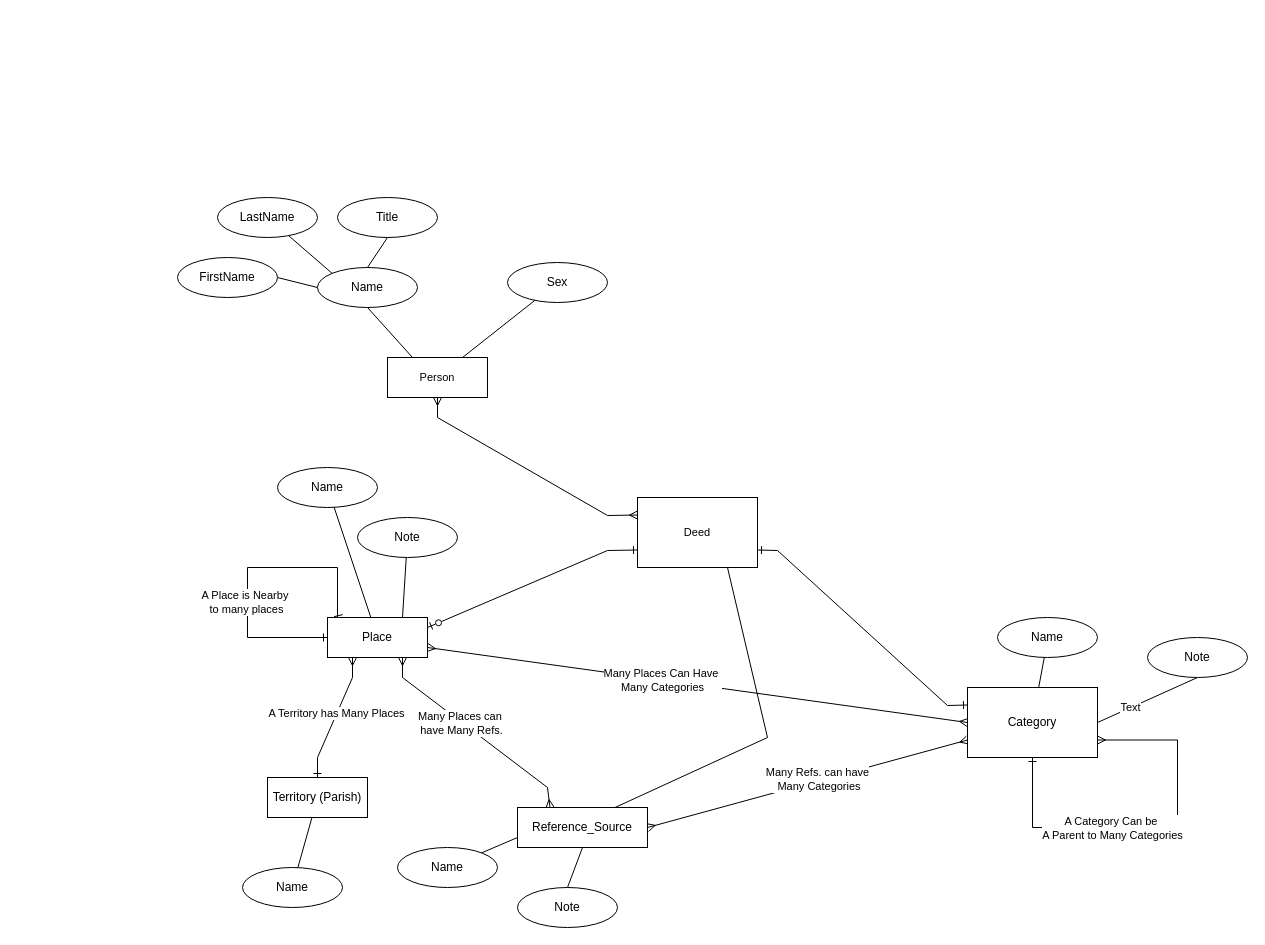
The draw.io diagram page "Hills, Halls, Holes & Deeds" (2 of 2) of diagrams/Untitled Diagram.drawio in Reader641/places_deeds, before the edit. Source tidied: cells renumbered, new cells numbered last; positions are measured from the earlier drawing's top-left corner, leaving out a move shared by most shapes. Both pictures are drawn from the tidied source at 100%, with x=0, y=0 at pixel (177, 197).
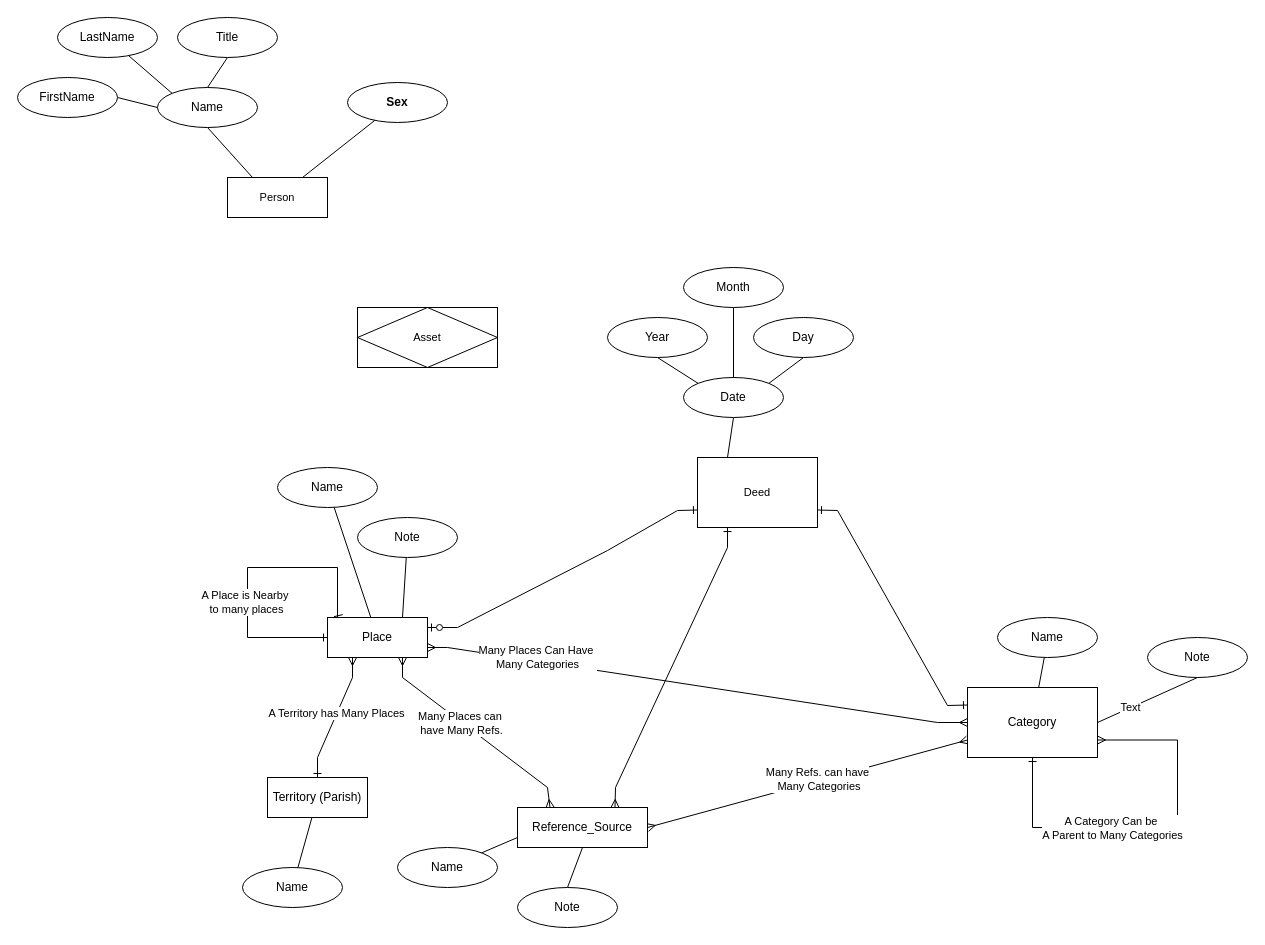
The same page after the edit.

Unchanged cells that the change refers to:
```xml
<mxCell id="15" value="Person" style="whiteSpace=wrap;html=1;align=center;fontFamily=Helvetica;fontSize=11;fontColor=default;labelBackgroundColor=default;" parent="14" vertex="1">
  <mxGeometry x="210" y="160" width="100" height="40" as="geometry" />
</mxCell>
<mxCell id="34" value="Reference_Source" style="whiteSpace=wrap;html=1;align=center;" parent="33" vertex="1">
  <mxGeometry width="130" height="40" as="geometry" />
</mxCell>
<mxCell id="42" value="Place" style="whiteSpace=wrap;html=1;align=center;" parent="37" vertex="1">
  <mxGeometry x="80" y="150" width="100" height="40" as="geometry" />
</mxCell>
<mxCell id="48" value="Category" style="whiteSpace=wrap;html=1;align=center;" parent="45" vertex="1">
  <mxGeometry x="-30" y="70" width="130" height="70" as="geometry" />
</mxCell>
```

What changed in the source:
```diff
@@
     <mxCell id="2" style="edgeStyle=none;shape=connector;rounded=0;jettySize=auto;html=1;exitX=1;exitY=0.75;exitDx=0;exitDy=0;strokeColor=default;align=center;verticalAlign=middle;fontFamily=Helvetica;fontSize=11;fontColor=default;labelBackgroundColor=default;endArrow=ERmany;endFill=0;startArrow=ERmany;startFill=0;entryX=0;entryY=0.5;entryDx=0;entryDy=0;" parent="1" edge="1" source="42" target="48">
-      <mxGeometry relative="1" as="geometry" />
+      <mxGeometry relative="1" as="geometry">
+        <Array as="points">
+          <mxPoint x="270" y="450" />
+          <mxPoint x="760" y="525" />
+        </Array>
+      </mxGeometry>
     </mxCell>
     <mxCell id="3" value="Many Places Can Have&amp;nbsp;&lt;div&gt;Many Categories&lt;/div&gt;" style="edgeLabel;html=1;align=center;verticalAlign=middle;fontFamily=Helvetica;fontSize=11;fontColor=default;labelBackgroundColor=default;" parent="2" vertex="1">
-      <mxGeometry x="-0.13" relative="1" as="geometry" />
+      <mxGeometry x="-0.13" relative="1" as="geometry">
+        <mxPoint x="-125" y="-23" as="offset" />
+      </mxGeometry>
     </mxCell>
@@
     <mxCell id="10" style="edgeStyle=none;shape=connector;rounded=0;jettySize=auto;html=1;exitX=1;exitY=0.75;exitDx=0;exitDy=0;strokeColor=default;align=center;verticalAlign=middle;fontFamily=Helvetica;fontSize=11;fontColor=default;labelBackgroundColor=default;endArrow=ERone;endFill=0;startArrow=ERone;startFill=0;entryX=0;entryY=0.25;entryDx=0;entryDy=0;" parent="1" edge="1" source="13" target="48">
       <mxGeometry relative="1" as="geometry">
         <Array as="points">
-          <mxPoint x="600" y="353" />
+          <mxPoint x="660" y="313" />
           <mxPoint x="770" y="508" />
         </Array>
       </mxGeometry>
     </mxCell>
     <mxCell id="11" style="edgeStyle=none;shape=connector;rounded=0;jettySize=auto;html=1;exitX=0;exitY=0.75;exitDx=0;exitDy=0;entryX=1;entryY=0.25;entryDx=0;entryDy=0;strokeColor=default;align=center;verticalAlign=middle;fontFamily=Helvetica;fontSize=11;fontColor=default;labelBackgroundColor=default;endArrow=ERzeroToOne;endFill=0;startArrow=ERone;startFill=0;" parent="1" edge="1" source="13" target="42">
       <mxGeometry relative="1" as="geometry">
         <Array as="points">
+          <mxPoint x="500" y="313" />
           <mxPoint x="430" y="353" />
+          <mxPoint x="280" y="430" />
         </Array>
       </mxGeometry>
     </mxCell>
-    <mxCell id="12" style="edgeStyle=none;shape=connector;rounded=0;jettySize=auto;html=1;exitX=0.75;exitY=1;exitDx=0;exitDy=0;entryX=0.75;entryY=0;entryDx=0;entryDy=0;strokeColor=default;align=center;verticalAlign=middle;fontFamily=Helvetica;fontSize=11;fontColor=default;labelBackgroundColor=default;endArrow=none;endFill=0;" parent="1" edge="1" source="13" target="34">
+    <mxCell id="12" style="edgeStyle=none;shape=connector;rounded=0;jettySize=auto;html=1;exitX=0.25;exitY=1;exitDx=0;exitDy=0;entryX=0.75;entryY=0;entryDx=0;entryDy=0;strokeColor=default;align=center;verticalAlign=middle;fontFamily=Helvetica;fontSize=11;fontColor=default;labelBackgroundColor=default;endArrow=ERmany;endFill=0;startArrow=ERone;startFill=0;" parent="1" edge="1" source="13" target="34">
       <mxGeometry relative="1" as="geometry">
         <Array as="points">
-          <mxPoint x="590" y="540" />
+          <mxPoint x="550" y="350" />
+          <mxPoint x="438" y="590" />
         </Array>
       </mxGeometry>
     </mxCell>
-    <mxCell id="13" value="Deed" style="whiteSpace=wrap;html=1;align=center;fontFamily=Helvetica;fontSize=11;fontColor=default;labelBackgroundColor=default;" parent="1" vertex="1">
-      <mxGeometry x="460" y="300" width="120" height="70" as="geometry" />
-    </mxCell>
     <mxCell id="14" style="group;flipV=1;" parent="1" vertex="1">
-      <mxGeometry width="430" height="200" as="geometry" />
+      <mxGeometry x="-160" y="-180" width="430" height="200" as="geometry" />
     </mxCell>
@@
-    <mxCell id="24" value="Sex" style="ellipse;whiteSpace=wrap;html=1;align=center;" parent="14" vertex="1">
+    <mxCell id="24" value="Sex" style="ellipse;whiteSpace=wrap;html=1;align=center;fontStyle=1;" parent="14" vertex="1">
       <mxGeometry x="330" y="65" width="100" height="40" as="geometry" />
     </mxCell>
@@
-    <mxCell id="54" style="edgeStyle=none;shape=connector;rounded=0;jettySize=auto;html=1;exitX=0.5;exitY=1;exitDx=0;exitDy=0;entryX=0;entryY=0.25;entryDx=0;entryDy=0;strokeColor=default;align=center;verticalAlign=middle;fontFamily=Helvetica;fontSize=11;fontColor=default;labelBackgroundColor=default;endArrow=ERmany;endFill=0;startArrow=ERmany;startFill=0;" parent="1" edge="1" source="15" target="13">
-      <mxGeometry relative="1" as="geometry">
-        <Array as="points">
-          <mxPoint x="260" y="220" />
-          <mxPoint x="430" y="318" />
-        </Array>
-      </mxGeometry>
-    </mxCell>
+    <mxCell id="55" value="Asset" style="shape=associativeEntity;whiteSpace=wrap;html=1;align=center;fontFamily=Helvetica;fontSize=11;fontColor=default;labelBackgroundColor=default;" parent="1" vertex="1">
+      <mxGeometry x="180" y="110" width="140" height="60" as="geometry" />
+    </mxCell>
+    <mxCell id="56" style="group;" parent="1" vertex="1">
+      <mxGeometry x="430" y="70" width="246" height="260" as="geometry" />
+    </mxCell>
+    <mxCell id="13" value="Deed" style="whiteSpace=wrap;html=1;align=center;fontFamily=Helvetica;fontSize=11;fontColor=default;labelBackgroundColor=default;" parent="56" vertex="1">
+      <mxGeometry x="90" y="190" width="120" height="70" as="geometry" />
+    </mxCell>
+    <mxCell id="57" style="edgeStyle=none;shape=connector;rounded=0;jettySize=auto;html=1;exitX=0.5;exitY=1;exitDx=0;exitDy=0;entryX=0.25;entryY=0;entryDx=0;entryDy=0;strokeColor=default;align=center;verticalAlign=middle;fontFamily=Helvetica;fontSize=11;fontColor=default;labelBackgroundColor=default;endArrow=none;endFill=0;" parent="56" edge="1" source="58" target="13">
+      <mxGeometry relative="1" as="geometry" />
+    </mxCell>
+    <mxCell id="58" value="Date" style="ellipse;whiteSpace=wrap;html=1;align=center;" parent="56" vertex="1">
+      <mxGeometry x="76" y="110" width="100" height="40" as="geometry" />
+    </mxCell>
+    <mxCell id="59" style="edgeStyle=none;shape=connector;rounded=0;jettySize=auto;html=1;exitX=0.5;exitY=1;exitDx=0;exitDy=0;entryX=0;entryY=0;entryDx=0;entryDy=0;strokeColor=default;align=center;verticalAlign=middle;fontFamily=Helvetica;fontSize=11;fontColor=default;labelBackgroundColor=default;endArrow=none;endFill=0;" parent="56" edge="1" source="60" target="58">
+      <mxGeometry relative="1" as="geometry" />
+    </mxCell>
+    <mxCell id="60" value="Year" style="ellipse;whiteSpace=wrap;html=1;align=center;" parent="56" vertex="1">
+      <mxGeometry y="50" width="100" height="40" as="geometry" />
+    </mxCell>
+    <mxCell id="61" style="edgeStyle=none;shape=connector;rounded=0;jettySize=auto;html=1;exitX=0.5;exitY=1;exitDx=0;exitDy=0;entryX=0.5;entryY=0;entryDx=0;entryDy=0;strokeColor=default;align=center;verticalAlign=middle;fontFamily=Helvetica;fontSize=11;fontColor=default;labelBackgroundColor=default;endArrow=none;endFill=0;" parent="56" edge="1" source="62" target="58">
+      <mxGeometry relative="1" as="geometry" />
+    </mxCell>
+    <mxCell id="62" value="Month" style="ellipse;whiteSpace=wrap;html=1;align=center;" parent="56" vertex="1">
+      <mxGeometry x="76" width="100" height="40" as="geometry" />
+    </mxCell>
+    <mxCell id="63" style="edgeStyle=none;shape=connector;rounded=0;jettySize=auto;html=1;exitX=0.5;exitY=1;exitDx=0;exitDy=0;entryX=1;entryY=0;entryDx=0;entryDy=0;strokeColor=default;align=center;verticalAlign=middle;fontFamily=Helvetica;fontSize=11;fontColor=default;labelBackgroundColor=default;endArrow=none;endFill=0;" parent="56" edge="1" source="64" target="58">
+      <mxGeometry relative="1" as="geometry" />
+    </mxCell>
+    <mxCell id="64" value="Day" style="ellipse;whiteSpace=wrap;html=1;align=center;" parent="56" vertex="1">
+      <mxGeometry x="146" y="50" width="100" height="40" as="geometry" />
+    </mxCell>
```
